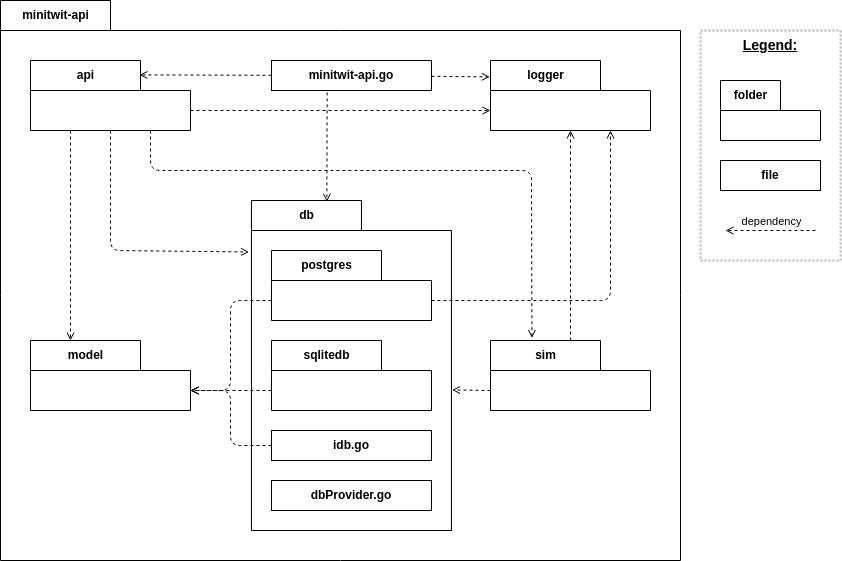
Eagles-DevOps/MiniTwit keeps this draw.io diagram as report/diagrams/module-view--minitwit-api.drawio.png. Above is the earlier version. Source tidied: cells renumbered, new cells last; positions are measured from the earlier drawing's top-left corner, leaving out a move shared by most shapes. The source it was exported from:
```xml
<mxGraphModel>
  <root>
    <mxCell id="0" />
    <mxCell id="1" parent="0" />
    <mxCell id="2" value="minitwit-api" style="shape=folder;fontStyle=1;tabWidth=110;tabHeight=30;tabPosition=left;html=1;boundedLbl=1;labelInHeader=1;" parent="1" vertex="1">
      <mxGeometry width="680" height="560" as="geometry" />
    </mxCell>
    <mxCell id="3" style="html=1;strokeColor=none;fillColor=none;" parent="2" vertex="1">
      <mxGeometry width="680" height="280" relative="1" as="geometry">
        <mxPoint y="30" as="offset" />
      </mxGeometry>
    </mxCell>
    <mxCell id="4" value="db" style="shape=folder;fontStyle=1;tabWidth=110;tabHeight=30;tabPosition=left;html=1;boundedLbl=1;labelInHeader=1;" parent="1" vertex="1">
      <mxGeometry x="251" y="200" width="200" height="330" as="geometry" />
    </mxCell>
    <mxCell id="5" style="html=1;strokeColor=none;fillColor=none;" parent="4" vertex="1">
      <mxGeometry width="200" height="280.5" relative="1" as="geometry">
        <mxPoint y="30" as="offset" />
      </mxGeometry>
    </mxCell>
    <mxCell id="6" value="postgres" style="shape=folder;fontStyle=1;tabWidth=110;tabHeight=30;tabPosition=left;html=1;boundedLbl=1;labelInHeader=1;" parent="1" vertex="1">
      <mxGeometry x="271" y="250" width="160" height="70" as="geometry" />
    </mxCell>
    <mxCell id="7" style="html=1;strokeColor=none;fillColor=none;" parent="6" vertex="1">
      <mxGeometry width="160" height="35" relative="1" as="geometry">
        <mxPoint y="30" as="offset" />
      </mxGeometry>
    </mxCell>
    <mxCell id="8" value="sqlitedb" style="shape=folder;fontStyle=1;tabWidth=110;tabHeight=30;tabPosition=left;html=1;boundedLbl=1;labelInHeader=1;" parent="1" vertex="1">
      <mxGeometry x="271" y="340" width="160" height="70" as="geometry" />
    </mxCell>
    <mxCell id="9" style="html=1;strokeColor=none;fillColor=none;" parent="8" vertex="1">
      <mxGeometry width="160" height="35" relative="1" as="geometry">
        <mxPoint y="30" as="offset" />
      </mxGeometry>
    </mxCell>
    <mxCell id="10" style="endArrow=open;html=1;dashed=1;endFill=0;entryX=0.75;entryY=1;entryDx=0;entryDy=0;entryPerimeter=0;exitX=0;exitY=0;exitDx=160;exitDy=50;exitPerimeter=0;" parent="1" edge="1" source="6" target="11">
      <mxGeometry relative="1" as="geometry">
        <Array as="points">
          <mxPoint x="610" y="300" />
        </Array>
      </mxGeometry>
    </mxCell>
    <mxCell id="11" value="logger" style="shape=folder;fontStyle=1;tabWidth=110;tabHeight=30;tabPosition=left;html=1;boundedLbl=1;labelInHeader=1;" parent="1" vertex="1">
      <mxGeometry x="490" y="60" width="160" height="70" as="geometry" />
    </mxCell>
    <mxCell id="12" style="html=1;strokeColor=none;fillColor=none;" parent="11" vertex="1">
      <mxGeometry width="160" height="35" relative="1" as="geometry">
        <mxPoint y="30" as="offset" />
      </mxGeometry>
    </mxCell>
    <mxCell id="13" value="model" style="shape=folder;fontStyle=1;tabWidth=110;tabHeight=30;tabPosition=left;html=1;boundedLbl=1;labelInHeader=1;" parent="1" vertex="1">
      <mxGeometry x="30" y="340" width="160" height="70" as="geometry" />
    </mxCell>
    <mxCell id="14" style="html=1;strokeColor=none;fillColor=none;" parent="13" vertex="1">
      <mxGeometry width="160" height="35" relative="1" as="geometry">
        <mxPoint y="30" as="offset" />
      </mxGeometry>
    </mxCell>
    <mxCell id="15" style="endArrow=open;html=1;dashed=1;endFill=0;entryX=0;entryY=0;entryDx=160;entryDy=50;entryPerimeter=0;exitX=0;exitY=0;exitDx=0;exitDy=50;exitPerimeter=0;" parent="1" edge="1" source="6" target="13">
      <mxGeometry relative="1" as="geometry">
        <Array as="points">
          <mxPoint x="230" y="300" />
          <mxPoint x="230" y="390" />
        </Array>
      </mxGeometry>
    </mxCell>
    <mxCell id="16" value="api" style="shape=folder;fontStyle=1;tabWidth=110;tabHeight=30;tabPosition=left;html=1;boundedLbl=1;labelInHeader=1;" parent="1" vertex="1">
      <mxGeometry x="30" y="60" width="160" height="70" as="geometry" />
    </mxCell>
    <mxCell id="17" style="html=1;strokeColor=none;fillColor=none;" parent="16" vertex="1">
      <mxGeometry width="160" height="35" relative="1" as="geometry">
        <mxPoint y="30" as="offset" />
      </mxGeometry>
    </mxCell>
    <mxCell id="18" style="endArrow=open;html=1;dashed=1;endFill=0;entryX=0;entryY=0;entryDx=0;entryDy=50;entryPerimeter=0;exitX=0;exitY=0;exitDx=160;exitDy=50;exitPerimeter=0;" parent="1" edge="1" source="16" target="11">
      <mxGeometry relative="1" as="geometry" />
    </mxCell>
    <mxCell id="19" value="sim" style="shape=folder;fontStyle=1;tabWidth=110;tabHeight=30;tabPosition=left;html=1;boundedLbl=1;labelInHeader=1;" parent="1" vertex="1">
      <mxGeometry x="490" y="340" width="160" height="70" as="geometry" />
    </mxCell>
    <mxCell id="20" style="html=1;strokeColor=none;fillColor=none;" parent="19" vertex="1">
      <mxGeometry width="160" height="35" relative="1" as="geometry">
        <mxPoint y="30" as="offset" />
      </mxGeometry>
    </mxCell>
    <mxCell id="21" style="endArrow=open;html=1;dashed=1;endFill=0;entryX=-0.012;entryY=0.156;entryDx=0;entryDy=0;entryPerimeter=0;" parent="1" edge="1" source="16" target="4">
      <mxGeometry relative="1" as="geometry">
        <Array as="points">
          <mxPoint x="110" y="250" />
        </Array>
      </mxGeometry>
    </mxCell>
    <mxCell id="22" style="endArrow=open;html=1;dashed=1;endFill=0;exitX=0.75;exitY=1;exitDx=0;exitDy=0;exitPerimeter=0;entryX=0.259;entryY=-0.036;entryDx=0;entryDy=0;entryPerimeter=0;" parent="1" edge="1" source="16" target="19">
      <mxGeometry relative="1" as="geometry">
        <Array as="points">
          <mxPoint x="150" y="170" />
          <mxPoint x="531" y="170" />
        </Array>
      </mxGeometry>
    </mxCell>
    <mxCell id="23" style="endArrow=open;html=1;dashed=1;endFill=0;exitX=0.25;exitY=1;exitDx=0;exitDy=0;exitPerimeter=0;entryX=0.25;entryY=0;entryDx=0;entryDy=0;entryPerimeter=0;" parent="1" edge="1" source="16" target="13">
      <mxGeometry relative="1" as="geometry" />
    </mxCell>
    <mxCell id="24" value="idb.go" style="rounded=0;whiteSpace=wrap;html=1;fontStyle=1;" parent="1" vertex="1">
      <mxGeometry x="271" y="430" width="160" height="30" as="geometry" />
    </mxCell>
    <mxCell id="25" value="dbProvider.go" style="rounded=0;whiteSpace=wrap;html=1;fontStyle=1;" parent="1" vertex="1">
      <mxGeometry x="271" y="480" width="160" height="30" as="geometry" />
    </mxCell>
    <mxCell id="26" style="endArrow=open;html=1;dashed=1;endFill=0;exitX=0;exitY=0;exitDx=0;exitDy=50;exitPerimeter=0;entryX=0;entryY=0;entryDx=160;entryDy=50;entryPerimeter=0;" parent="1" edge="1" source="8" target="13">
      <mxGeometry relative="1" as="geometry" />
    </mxCell>
    <mxCell id="27" style="endArrow=open;html=1;dashed=1;endFill=0;entryX=0;entryY=0;entryDx=160;entryDy=50;entryPerimeter=0;" parent="1" edge="1" source="24" target="13">
      <mxGeometry relative="1" as="geometry">
        <Array as="points">
          <mxPoint x="230" y="445" />
          <mxPoint x="230" y="390" />
        </Array>
      </mxGeometry>
    </mxCell>
    <mxCell id="28" value="minitwit-api.go" style="rounded=0;whiteSpace=wrap;html=1;fontStyle=1;" parent="1" vertex="1">
      <mxGeometry x="271" y="60" width="160" height="30" as="geometry" />
    </mxCell>
    <mxCell id="29" style="endArrow=open;html=1;dashed=1;endFill=0;exitX=0;exitY=0;exitDx=0;exitDy=50;exitPerimeter=0;entryX=1.003;entryY=0.574;entryDx=0;entryDy=0;entryPerimeter=0;" parent="1" edge="1" source="19" target="4">
      <mxGeometry relative="1" as="geometry" />
    </mxCell>
    <mxCell id="30" style="endArrow=open;html=1;dashed=1;endFill=0;" parent="1" edge="1" source="19" target="11">
      <mxGeometry relative="1" as="geometry" />
    </mxCell>
    <mxCell id="31" style="endArrow=open;html=1;dashed=1;endFill=0;entryX=0.681;entryY=0.206;entryDx=0;entryDy=0;entryPerimeter=0;" parent="1" edge="1" source="28" target="16">
      <mxGeometry relative="1" as="geometry" />
    </mxCell>
    <mxCell id="32" style="endArrow=open;html=1;dashed=1;endFill=0;entryX=0.377;entryY=0.004;entryDx=0;entryDy=0;entryPerimeter=0;exitX=0.348;exitY=1.062;exitDx=0;exitDy=0;exitPerimeter=0;" parent="1" edge="1" source="28" target="4">
      <mxGeometry relative="1" as="geometry" />
    </mxCell>
    <mxCell id="33" style="endArrow=open;html=1;dashed=1;endFill=0;entryX=-0.004;entryY=0.234;entryDx=0;entryDy=0;entryPerimeter=0;" parent="1" edge="1" source="28" target="11">
      <mxGeometry relative="1" as="geometry" />
    </mxCell>
    <mxCell id="34" style="group;" parent="1" vertex="1">
      <mxGeometry x="700" y="30" width="140" height="230" as="geometry" />
    </mxCell>
    <mxCell id="35" style="rounded=0;whiteSpace=wrap;html=1;dashed=1;dashPattern=1 1;strokeWidth=2;strokeColor=#B3B3B3;" parent="34" vertex="1">
      <mxGeometry width="140" height="230" as="geometry" />
    </mxCell>
    <mxCell id="36" value="folder" style="shape=folder;fontStyle=1;tabWidth=60;tabHeight=30;tabPosition=left;html=1;boundedLbl=1;labelInHeader=1;" parent="34" vertex="1">
      <mxGeometry x="20" y="50" width="100" height="60" as="geometry" />
    </mxCell>
    <mxCell id="37" style="html=1;strokeColor=none;fillColor=none;" parent="36" vertex="1">
      <mxGeometry width="100" height="42" relative="1" as="geometry">
        <mxPoint y="30" as="offset" />
      </mxGeometry>
    </mxCell>
    <mxCell id="38" value="file" style="rounded=0;whiteSpace=wrap;html=1;fontStyle=1;" parent="34" vertex="1">
      <mxGeometry x="20" y="130" width="100" height="30" as="geometry" />
    </mxCell>
    <mxCell id="39" value="Legend:" style="text;html=1;strokeColor=none;fillColor=none;align=center;verticalAlign=middle;whiteSpace=wrap;rounded=0;fontSize=14;fontStyle=5;" parent="34" vertex="1">
      <mxGeometry x="40" width="60" height="30" as="geometry" />
    </mxCell>
    <mxCell id="40" style="endArrow=open;html=1;dashed=1;endFill=0;" parent="34" edge="1">
      <mxGeometry relative="1" as="geometry">
        <mxPoint x="115" y="200" as="sourcePoint" />
        <mxPoint x="25" y="200" as="targetPoint" />
      </mxGeometry>
    </mxCell>
    <mxCell id="41" value="dependency" style="edgeLabel;html=1;align=center;verticalAlign=middle;" parent="40" vertex="1">
      <mxGeometry x="0.32" y="1" relative="1" as="geometry">
        <mxPoint x="15" y="-11" as="offset" />
      </mxGeometry>
    </mxCell>
  </root>
</mxGraphModel>
```
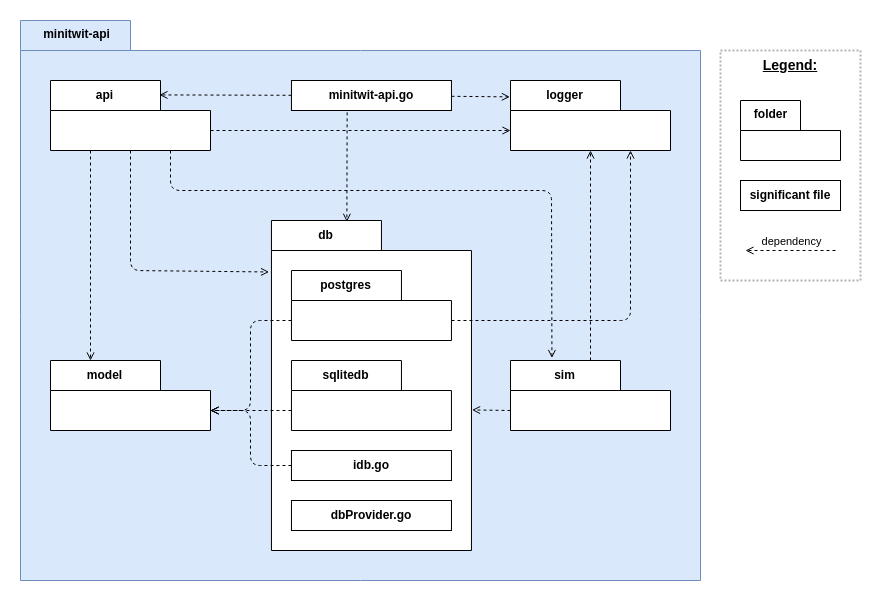
The same file after the commit.

Diff of the diagram source:
```diff
@@ -2,38 +2,41 @@
   <root>
     <mxCell id="0" />
     <mxCell id="1" parent="0" />
+    <mxCell id="42" style="rounded=0;whiteSpace=wrap;html=1;strokeColor=none;" parent="1" vertex="1">
+      <mxGeometry x="-20" y="-20" width="880" height="610" as="geometry" />
+    </mxCell>
-    <mxCell id="2" value="minitwit-api" style="shape=folder;fontStyle=1;tabWidth=110;tabHeight=30;tabPosition=left;html=1;boundedLbl=1;labelInHeader=1;" parent="1" vertex="1">
+    <mxCell id="2" value="minitwit-api" style="shape=folder;fontStyle=1;tabWidth=110;tabHeight=30;tabPosition=left;html=1;boundedLbl=1;labelInHeader=1;fillColor=#dae8fc;strokeColor=#6c8ebf;" parent="1" vertex="1">
       <mxGeometry width="680" height="560" as="geometry" />
     </mxCell>
-    <mxCell id="3" style="html=1;strokeColor=none;fillColor=none;" parent="2" vertex="1">
-      <mxGeometry width="680" height="280" relative="1" as="geometry">
-        <mxPoint y="30" as="offset" />
-      </mxGeometry>
-    </mxCell>
+    <mxCell id="43" style="html=1;strokeColor=none;fillColor=none;" parent="2" vertex="1">
+      <mxGeometry width="680" height="280" relative="1" as="geometry">
+        <mxPoint y="30" as="offset" />
+      </mxGeometry>
+    </mxCell>
     <mxCell id="4" value="db" style="shape=folder;fontStyle=1;tabWidth=110;tabHeight=30;tabPosition=left;html=1;boundedLbl=1;labelInHeader=1;" parent="1" vertex="1">
       <mxGeometry x="251" y="200" width="200" height="330" as="geometry" />
     </mxCell>
-    <mxCell id="5" style="html=1;strokeColor=none;fillColor=none;" parent="4" vertex="1">
-      <mxGeometry width="200" height="280.5" relative="1" as="geometry">
-        <mxPoint y="30" as="offset" />
-      </mxGeometry>
-    </mxCell>
+    <mxCell id="44" style="html=1;strokeColor=none;fillColor=none;" parent="4" vertex="1">
+      <mxGeometry width="200" height="280.5" relative="1" as="geometry">
+        <mxPoint y="30" as="offset" />
+      </mxGeometry>
+    </mxCell>
     <mxCell id="6" value="postgres" style="shape=folder;fontStyle=1;tabWidth=110;tabHeight=30;tabPosition=left;html=1;boundedLbl=1;labelInHeader=1;" parent="1" vertex="1">
       <mxGeometry x="271" y="250" width="160" height="70" as="geometry" />
     </mxCell>
-    <mxCell id="7" style="html=1;strokeColor=none;fillColor=none;" parent="6" vertex="1">
-      <mxGeometry width="160" height="35" relative="1" as="geometry">
-        <mxPoint y="30" as="offset" />
-      </mxGeometry>
-    </mxCell>
+    <mxCell id="45" style="html=1;strokeColor=none;fillColor=none;" parent="6" vertex="1">
+      <mxGeometry width="160" height="35" relative="1" as="geometry">
+        <mxPoint y="30" as="offset" />
+      </mxGeometry>
+    </mxCell>
     <mxCell id="8" value="sqlitedb" style="shape=folder;fontStyle=1;tabWidth=110;tabHeight=30;tabPosition=left;html=1;boundedLbl=1;labelInHeader=1;" parent="1" vertex="1">
       <mxGeometry x="271" y="340" width="160" height="70" as="geometry" />
     </mxCell>
-    <mxCell id="9" style="html=1;strokeColor=none;fillColor=none;" parent="8" vertex="1">
-      <mxGeometry width="160" height="35" relative="1" as="geometry">
-        <mxPoint y="30" as="offset" />
-      </mxGeometry>
-    </mxCell>
+    <mxCell id="46" style="html=1;strokeColor=none;fillColor=none;" parent="8" vertex="1">
+      <mxGeometry width="160" height="35" relative="1" as="geometry">
+        <mxPoint y="30" as="offset" />
+      </mxGeometry>
+    </mxCell>
     <mxCell id="10" style="endArrow=open;html=1;dashed=1;endFill=0;entryX=0.75;entryY=1;entryDx=0;entryDy=0;entryPerimeter=0;exitX=0;exitY=0;exitDx=160;exitDy=50;exitPerimeter=0;" parent="1" edge="1" source="6" target="11">
       <mxGeometry relative="1" as="geometry">
         <Array as="points">
@@ -44,19 +47,19 @@
     <mxCell id="11" value="logger" style="shape=folder;fontStyle=1;tabWidth=110;tabHeight=30;tabPosition=left;html=1;boundedLbl=1;labelInHeader=1;" parent="1" vertex="1">
       <mxGeometry x="490" y="60" width="160" height="70" as="geometry" />
     </mxCell>
-    <mxCell id="12" style="html=1;strokeColor=none;fillColor=none;" parent="11" vertex="1">
-      <mxGeometry width="160" height="35" relative="1" as="geometry">
-        <mxPoint y="30" as="offset" />
-      </mxGeometry>
-    </mxCell>
+    <mxCell id="47" style="html=1;strokeColor=none;fillColor=none;" parent="11" vertex="1">
+      <mxGeometry width="160" height="35" relative="1" as="geometry">
+        <mxPoint y="30" as="offset" />
+      </mxGeometry>
+    </mxCell>
     <mxCell id="13" value="model" style="shape=folder;fontStyle=1;tabWidth=110;tabHeight=30;tabPosition=left;html=1;boundedLbl=1;labelInHeader=1;" parent="1" vertex="1">
       <mxGeometry x="30" y="340" width="160" height="70" as="geometry" />
     </mxCell>
-    <mxCell id="14" style="html=1;strokeColor=none;fillColor=none;" parent="13" vertex="1">
-      <mxGeometry width="160" height="35" relative="1" as="geometry">
-        <mxPoint y="30" as="offset" />
-      </mxGeometry>
-    </mxCell>
+    <mxCell id="48" style="html=1;strokeColor=none;fillColor=none;" parent="13" vertex="1">
+      <mxGeometry width="160" height="35" relative="1" as="geometry">
+        <mxPoint y="30" as="offset" />
+      </mxGeometry>
+    </mxCell>
     <mxCell id="15" style="endArrow=open;html=1;dashed=1;endFill=0;entryX=0;entryY=0;entryDx=160;entryDy=50;entryPerimeter=0;exitX=0;exitY=0;exitDx=0;exitDy=50;exitPerimeter=0;" parent="1" edge="1" source="6" target="13">
       <mxGeometry relative="1" as="geometry">
         <Array as="points">
@@ -68,22 +71,22 @@
     <mxCell id="16" value="api" style="shape=folder;fontStyle=1;tabWidth=110;tabHeight=30;tabPosition=left;html=1;boundedLbl=1;labelInHeader=1;" parent="1" vertex="1">
       <mxGeometry x="30" y="60" width="160" height="70" as="geometry" />
     </mxCell>
-    <mxCell id="17" style="html=1;strokeColor=none;fillColor=none;" parent="16" vertex="1">
-      <mxGeometry width="160" height="35" relative="1" as="geometry">
-        <mxPoint y="30" as="offset" />
-      </mxGeometry>
-    </mxCell>
+    <mxCell id="49" style="html=1;strokeColor=none;fillColor=none;" parent="16" vertex="1">
+      <mxGeometry width="160" height="35" relative="1" as="geometry">
+        <mxPoint y="30" as="offset" />
+      </mxGeometry>
+    </mxCell>
     <mxCell id="18" style="endArrow=open;html=1;dashed=1;endFill=0;entryX=0;entryY=0;entryDx=0;entryDy=50;entryPerimeter=0;exitX=0;exitY=0;exitDx=160;exitDy=50;exitPerimeter=0;" parent="1" edge="1" source="16" target="11">
       <mxGeometry relative="1" as="geometry" />
     </mxCell>
     <mxCell id="19" value="sim" style="shape=folder;fontStyle=1;tabWidth=110;tabHeight=30;tabPosition=left;html=1;boundedLbl=1;labelInHeader=1;" parent="1" vertex="1">
       <mxGeometry x="490" y="340" width="160" height="70" as="geometry" />
     </mxCell>
-    <mxCell id="20" style="html=1;strokeColor=none;fillColor=none;" parent="19" vertex="1">
-      <mxGeometry width="160" height="35" relative="1" as="geometry">
-        <mxPoint y="30" as="offset" />
-      </mxGeometry>
-    </mxCell>
+    <mxCell id="50" style="html=1;strokeColor=none;fillColor=none;" parent="19" vertex="1">
+      <mxGeometry width="160" height="35" relative="1" as="geometry">
+        <mxPoint y="30" as="offset" />
+      </mxGeometry>
+    </mxCell>
     <mxCell id="21" style="endArrow=open;html=1;dashed=1;endFill=0;entryX=-0.012;entryY=0.156;entryDx=0;entryDy=0;entryPerimeter=0;" parent="1" edge="1" source="16" target="4">
       <mxGeometry relative="1" as="geometry">
         <Array as="points">
@@ -146,24 +149,24 @@
     <mxCell id="36" value="folder" style="shape=folder;fontStyle=1;tabWidth=60;tabHeight=30;tabPosition=left;html=1;boundedLbl=1;labelInHeader=1;" parent="34" vertex="1">
       <mxGeometry x="20" y="50" width="100" height="60" as="geometry" />
     </mxCell>
-    <mxCell id="37" style="html=1;strokeColor=none;fillColor=none;" parent="36" vertex="1">
-      <mxGeometry width="100" height="42" relative="1" as="geometry">
-        <mxPoint y="30" as="offset" />
-      </mxGeometry>
-    </mxCell>
-    <mxCell id="38" value="file" style="rounded=0;whiteSpace=wrap;html=1;fontStyle=1;" parent="34" vertex="1">
-      <mxGeometry x="20" y="130" width="100" height="30" as="geometry" />
-    </mxCell>
+    <mxCell id="51" style="html=1;strokeColor=none;fillColor=none;" parent="36" vertex="1">
+      <mxGeometry width="100" height="42" relative="1" as="geometry">
+        <mxPoint y="30" as="offset" />
+      </mxGeometry>
+    </mxCell>
+    <mxCell id="52" value="significant file" style="rounded=0;whiteSpace=wrap;html=1;fontStyle=1;" parent="34" vertex="1">
+      <mxGeometry x="20" y="130" width="100" height="30" as="geometry" />
+    </mxCell>
     <mxCell id="39" value="Legend:" style="text;html=1;strokeColor=none;fillColor=none;align=center;verticalAlign=middle;whiteSpace=wrap;rounded=0;fontSize=14;fontStyle=5;" parent="34" vertex="1">
       <mxGeometry x="40" width="60" height="30" as="geometry" />
     </mxCell>
-    <mxCell id="40" style="endArrow=open;html=1;dashed=1;endFill=0;" parent="34" edge="1">
-      <mxGeometry relative="1" as="geometry">
-        <mxPoint x="115" y="200" as="sourcePoint" />
-        <mxPoint x="25" y="200" as="targetPoint" />
-      </mxGeometry>
-    </mxCell>
+    <mxCell id="53" style="endArrow=open;html=1;dashed=1;endFill=0;" parent="34" edge="1">
+      <mxGeometry relative="1" as="geometry">
+        <mxPoint x="115" y="200" as="sourcePoint" />
+        <mxPoint x="25" y="200" as="targetPoint" />
+      </mxGeometry>
+    </mxCell>
-    <mxCell id="41" value="dependency" style="edgeLabel;html=1;align=center;verticalAlign=middle;" parent="40" vertex="1">
+    <mxCell id="41" value="dependency" style="edgeLabel;html=1;align=center;verticalAlign=middle;" parent="53" vertex="1">
       <mxGeometry x="0.32" y="1" relative="1" as="geometry">
         <mxPoint x="15" y="-11" as="offset" />
       </mxGeometry>
```
